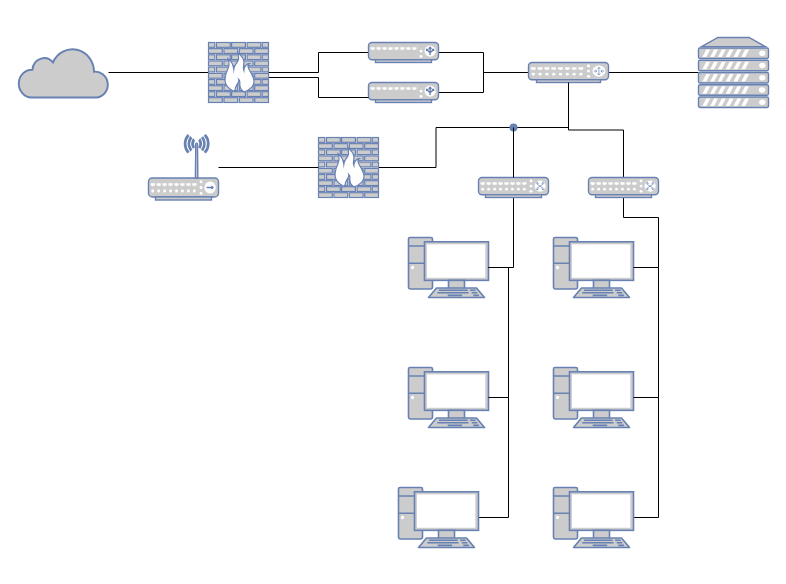
Above: Homework/Activity Network Devices Diagram.drawio in BluFlcn/Jason-Scherer-Cyber-Security-Bootcamp (draw.io), before the change. Source tidied: cells renumbered, new cells numbered last; positions are measured from the earlier drawing's top-left corner, leaving out a move shared by most shapes. Both pictures are drawn from the tidied source at 100%, with x=0, y=0 at pixel (18, 37).
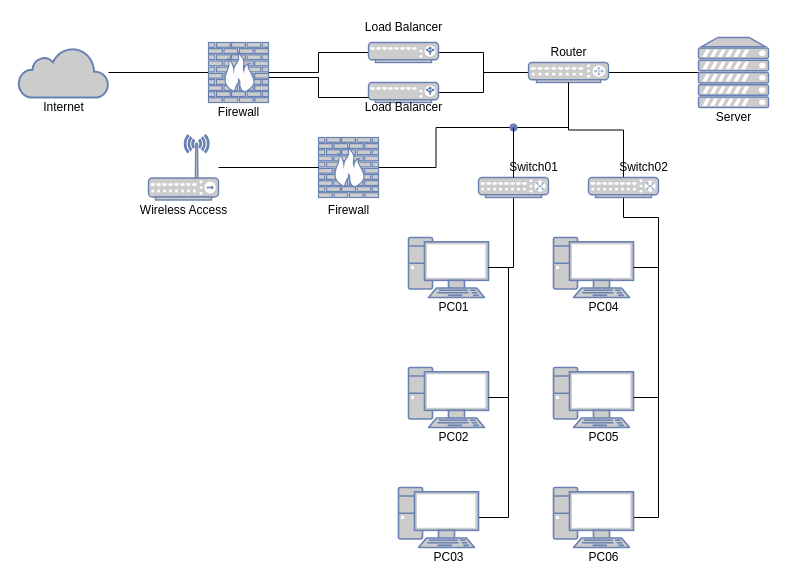
The same diagram, later.

What changed in the source:
```diff
@@
+    <mxCell id="36" value="PC01" style="text;html=1;align=center;verticalAlign=middle;fillColor=none;strokeColor=none;rounded=0;" parent="1" vertex="1">
+      <mxGeometry x="410" y="260" width="50" height="20" as="geometry" />
+    </mxCell>
+    <mxCell id="37" value="PC04" style="text;html=1;align=center;verticalAlign=middle;fillColor=none;strokeColor=none;rounded=0;" parent="1" vertex="1">
+      <mxGeometry x="560" y="260" width="50" height="20" as="geometry" />
+    </mxCell>
+    <mxCell id="38" value="PC05" style="text;html=1;align=center;verticalAlign=middle;fillColor=none;strokeColor=none;rounded=0;" parent="1" vertex="1">
+      <mxGeometry x="560" y="390" width="50" height="20" as="geometry" />
+    </mxCell>
+    <mxCell id="39" value="PC02" style="text;html=1;align=center;verticalAlign=middle;fillColor=none;strokeColor=none;rounded=0;" parent="1" vertex="1">
+      <mxGeometry x="410" y="390" width="50" height="20" as="geometry" />
+    </mxCell>
+    <mxCell id="40" value="PC03" style="text;html=1;align=center;verticalAlign=middle;fillColor=none;strokeColor=none;rounded=0;" parent="1" vertex="1">
+      <mxGeometry x="405" y="510" width="50" height="20" as="geometry" />
+    </mxCell>
+    <mxCell id="41" value="PC06" style="text;html=1;align=center;verticalAlign=middle;fillColor=none;strokeColor=none;rounded=0;" parent="1" vertex="1">
+      <mxGeometry x="560" y="510" width="50" height="20" as="geometry" />
+    </mxCell>
+    <mxCell id="42" value="Server" style="text;html=1;align=center;verticalAlign=middle;fillColor=none;strokeColor=none;rounded=0;" parent="1" vertex="1">
+      <mxGeometry x="690" y="70" width="50" height="20" as="geometry" />
+    </mxCell>
+    <mxCell id="43" value="Router" style="text;html=1;align=center;verticalAlign=middle;fillColor=none;strokeColor=none;rounded=0;" parent="1" vertex="1">
+      <mxGeometry x="525" y="5" width="50" height="20" as="geometry" />
+    </mxCell>
+    <mxCell id="44" value="Firewall" style="text;html=1;align=center;verticalAlign=middle;fillColor=none;strokeColor=none;rounded=0;" parent="1" vertex="1">
+      <mxGeometry x="300" y="162.5" width="60" height="20" as="geometry" />
+    </mxCell>
+    <mxCell id="45" value="Load Balancer" style="text;html=1;align=center;verticalAlign=middle;fillColor=none;strokeColor=none;rounded=0;" parent="1" vertex="1">
+      <mxGeometry x="340" y="60" width="90" height="20" as="geometry" />
+    </mxCell>
+    <mxCell id="46" value="Load Balancer" style="text;html=1;align=center;verticalAlign=middle;fillColor=none;strokeColor=none;rounded=0;" parent="1" vertex="1">
+      <mxGeometry x="340" y="-20" width="90" height="20" as="geometry" />
+    </mxCell>
+    <mxCell id="47" value="Firewall" style="text;html=1;align=center;verticalAlign=middle;fillColor=none;strokeColor=none;rounded=0;" parent="1" vertex="1">
+      <mxGeometry x="190" y="65" width="60" height="20" as="geometry" />
+    </mxCell>
+    <mxCell id="48" value="Wireless Access" style="text;html=1;align=center;verticalAlign=middle;fillColor=none;strokeColor=none;rounded=0;" parent="1" vertex="1">
+      <mxGeometry x="115" y="162.5" width="100" height="20" as="geometry" />
+    </mxCell>
+    <mxCell id="49" value="Internet" style="text;html=1;align=center;verticalAlign=middle;fillColor=none;strokeColor=none;rounded=0;" parent="1" vertex="1">
+      <mxGeometry x="15" y="60" width="60" height="20" as="geometry" />
+    </mxCell>
+    <mxCell id="50" value="Switch01" style="text;html=1;align=center;verticalAlign=middle;fillColor=none;strokeColor=none;rounded=0;" parent="1" vertex="1">
+      <mxGeometry x="485" y="120" width="60" height="20" as="geometry" />
+    </mxCell>
+    <mxCell id="51" value="Switch02" style="text;html=1;align=center;verticalAlign=middle;fillColor=none;strokeColor=none;rounded=0;" parent="1" vertex="1">
+      <mxGeometry x="595" y="120" width="60" height="20" as="geometry" />
+    </mxCell>
```
